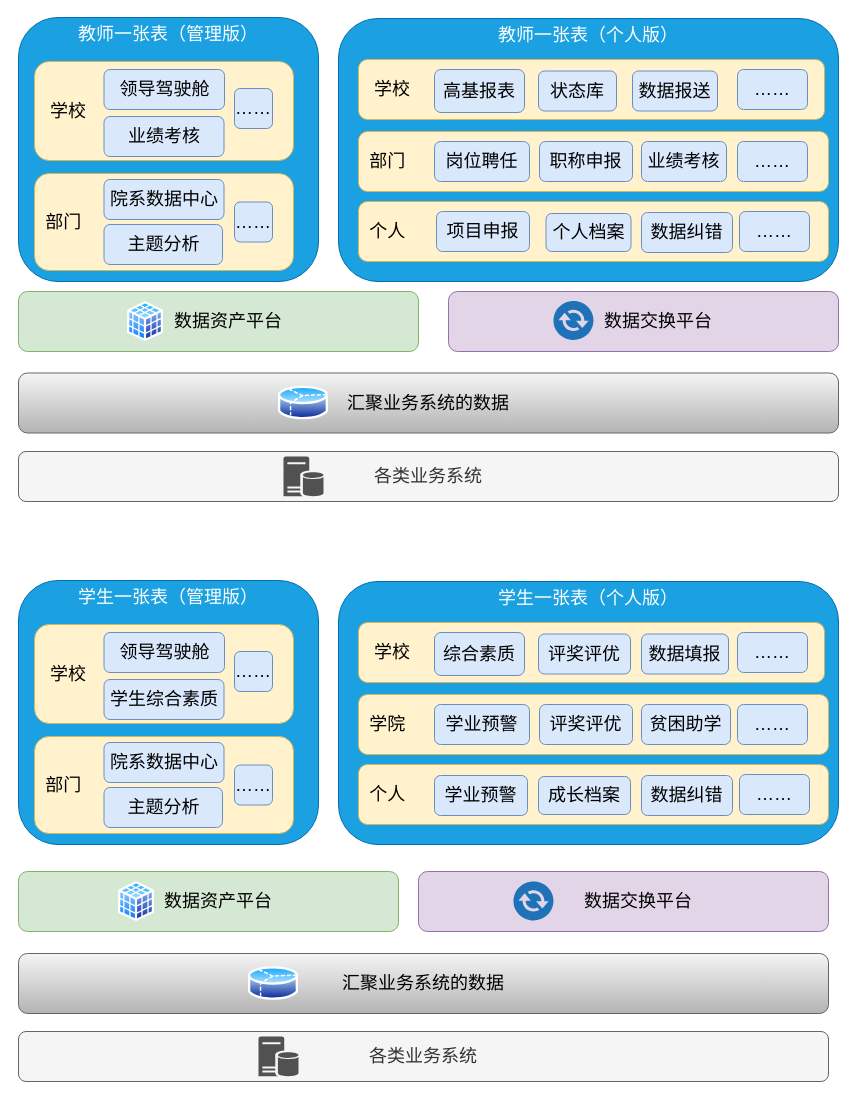
Above: 师生一张表.drawio in redcomet88/DRAW (draw.io), before the change. Source tidied: cells renumbered, new cells numbered last; positions are measured from the earlier drawing's top-left corner, leaving out a move shared by most shapes. Both pictures are drawn from the tidied source at 100%, with x=0, y=0 at pixel (18, 17).
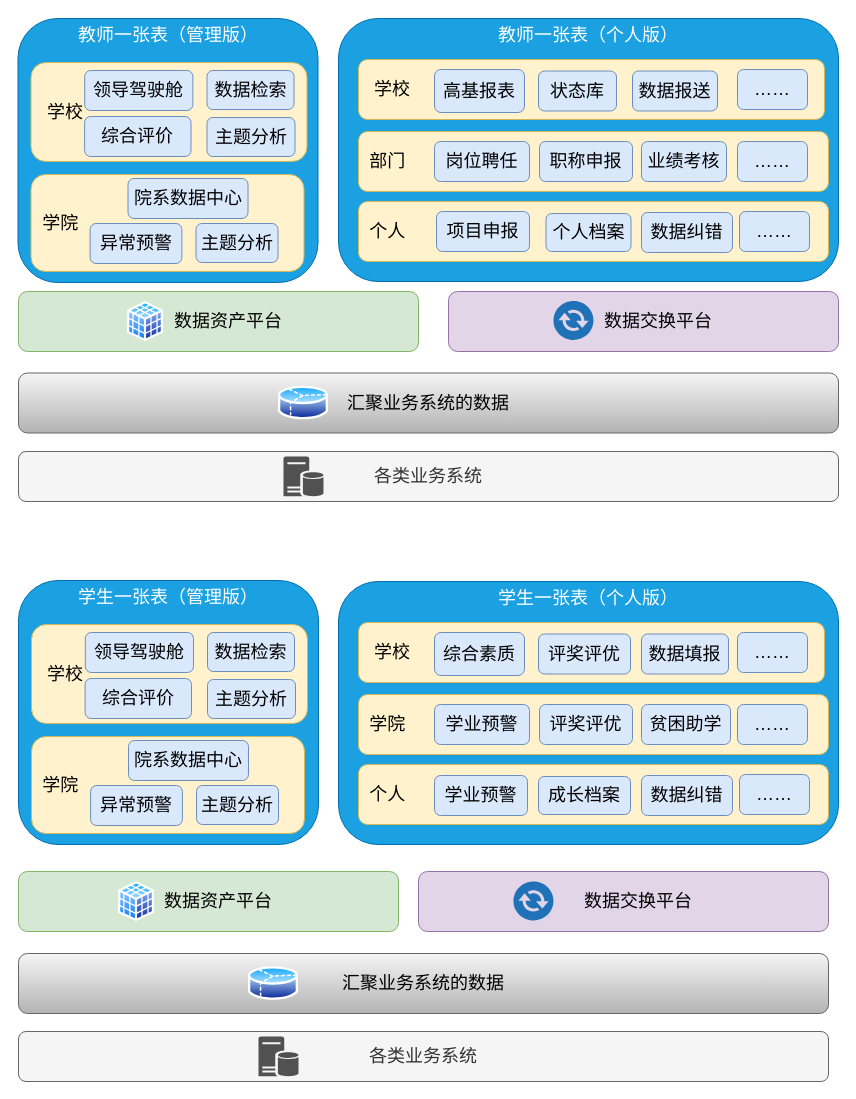
Above is the later version.

Commit message:
Update 师生一张表.drawio

Change to the diagram source:
```diff
@@
-    <mxCell id="19" value="教师一张表（管理版）" style="rounded=1;whiteSpace=wrap;html=1;fillColor=#1ba1e2;strokeColor=#006EAF;fontSize=18;verticalAlign=top;fontColor=#ffffff;" parent="1" vertex="1">
-      <mxGeometry width="300" height="264" as="geometry" />
-    </mxCell>
@@
-    <mxCell id="25" value="&lt;font face=&quot;Georgia&quot;&gt;&amp;nbsp; &amp;nbsp;学校&lt;/font&gt;" style="rounded=1;whiteSpace=wrap;html=1;fontSize=18;align=left;fillColor=#fff2cc;strokeColor=#d6b656;" parent="1" vertex="1">
-      <mxGeometry x="16" y="44" width="259" height="99" as="geometry" />
-    </mxCell>
-    <mxCell id="26" value="&lt;font face=&quot;Georgia&quot;&gt;&amp;nbsp; 部门&lt;/font&gt;" style="rounded=1;whiteSpace=wrap;html=1;fontSize=18;align=left;fillColor=#fff2cc;strokeColor=#d6b656;" parent="1" vertex="1">
-      <mxGeometry x="16" y="156" width="259" height="97" as="geometry" />
-    </mxCell>
@@
-    <mxCell id="31" value="院系数据中心" style="rounded=1;whiteSpace=wrap;html=1;fontSize=18;fillColor=#dae8fc;strokeColor=#6c8ebf;" parent="1" vertex="1">
-      <mxGeometry x="85.5" y="162" width="120" height="40" as="geometry" />
-    </mxCell>
@@
-    <mxCell id="38" value="领导驾驶舱" style="rounded=1;whiteSpace=wrap;html=1;fontSize=18;fillColor=#dae8fc;strokeColor=#6c8ebf;" parent="1" vertex="1">
-      <mxGeometry x="85.5" y="52" width="120.5" height="40" as="geometry" />
-    </mxCell>
-    <mxCell id="39" value="业绩考核" style="rounded=1;whiteSpace=wrap;html=1;fontSize=18;fillColor=#dae8fc;strokeColor=#6c8ebf;" parent="1" vertex="1">
-      <mxGeometry x="85.5" y="99" width="120" height="40" as="geometry" />
-    </mxCell>
-    <mxCell id="40" value="主题分析" style="rounded=1;whiteSpace=wrap;html=1;fontSize=18;fillColor=#dae8fc;strokeColor=#6c8ebf;" parent="1" vertex="1">
-      <mxGeometry x="85.5" y="207" width="118.5" height="40" as="geometry" />
-    </mxCell>
-    <mxCell id="41" value="……" style="rounded=1;whiteSpace=wrap;html=1;fontSize=18;fillColor=#dae8fc;strokeColor=#6c8ebf;" parent="1" vertex="1">
-      <mxGeometry x="216" y="184.5" width="38" height="40" as="geometry" />
-    </mxCell>
-    <mxCell id="42" value="……" style="rounded=1;whiteSpace=wrap;html=1;fontSize=18;fillColor=#dae8fc;strokeColor=#6c8ebf;" parent="1" vertex="1">
-      <mxGeometry x="216" y="71" width="38" height="40" as="geometry" />
-    </mxCell>
@@
     <mxCell id="50" value="&lt;font face=&quot;Georgia&quot;&gt;&amp;nbsp; &amp;nbsp;学校&lt;/font&gt;" style="rounded=1;whiteSpace=wrap;html=1;fontSize=18;align=left;fillColor=#fff2cc;strokeColor=#d6b656;" parent="1" vertex="1">
-      <mxGeometry x="16" y="607" width="259" height="99" as="geometry" />
+      <mxGeometry x="13" y="607" width="276" height="99" as="geometry" />
     </mxCell>
-    <mxCell id="51" value="&lt;font face=&quot;Georgia&quot;&gt;&amp;nbsp; 部门&lt;/font&gt;" style="rounded=1;whiteSpace=wrap;html=1;fontSize=18;align=left;fillColor=#fff2cc;strokeColor=#d6b656;" parent="1" vertex="1">
-      <mxGeometry x="16" y="719" width="259" height="97" as="geometry" />
+    <mxCell id="51" value="&lt;font face=&quot;Georgia&quot;&gt;&amp;nbsp; 学院&lt;/font&gt;" style="rounded=1;whiteSpace=wrap;html=1;fontSize=18;align=left;fillColor=#fff2cc;strokeColor=#d6b656;" parent="1" vertex="1">
+      <mxGeometry x="13" y="719" width="273" height="97" as="geometry" />
     </mxCell>
@@
     <mxCell id="56" value="院系数据中心" style="rounded=1;whiteSpace=wrap;html=1;fontSize=18;fillColor=#dae8fc;strokeColor=#6c8ebf;" parent="1" vertex="1">
-      <mxGeometry x="85.5" y="725" width="120" height="40" as="geometry" />
+      <mxGeometry x="110" y="723" width="120" height="40" as="geometry" />
     </mxCell>
@@
     <mxCell id="63" value="领导驾驶舱" style="rounded=1;whiteSpace=wrap;html=1;fontSize=18;fillColor=#dae8fc;strokeColor=#6c8ebf;" parent="1" vertex="1">
-      <mxGeometry x="85.5" y="615" width="120.5" height="40" as="geometry" />
+      <mxGeometry x="66.8" y="615" width="108.2" height="40" as="geometry" />
     </mxCell>
-    <mxCell id="64" value="学生综合素质" style="rounded=1;whiteSpace=wrap;html=1;fontSize=18;fillColor=#dae8fc;strokeColor=#6c8ebf;" parent="1" vertex="1">
-      <mxGeometry x="85.5" y="662" width="120" height="40" as="geometry" />
+    <mxCell id="64" value="综合评价" style="rounded=1;whiteSpace=wrap;html=1;fontSize=18;fillColor=#dae8fc;strokeColor=#6c8ebf;" parent="1" vertex="1">
+      <mxGeometry x="66.6" y="661" width="106.4" height="40" as="geometry" />
     </mxCell>
-    <mxCell id="65" value="主题分析" style="rounded=1;whiteSpace=wrap;html=1;fontSize=18;fillColor=#dae8fc;strokeColor=#6c8ebf;" parent="1" vertex="1">
-      <mxGeometry x="85.5" y="770" width="118.5" height="40" as="geometry" />
+    <mxCell id="65" value="异常预警" style="rounded=1;whiteSpace=wrap;html=1;fontSize=18;fillColor=#dae8fc;strokeColor=#6c8ebf;" parent="1" vertex="1">
+      <mxGeometry x="72.1" y="768" width="91.8" height="40" as="geometry" />
     </mxCell>
-    <mxCell id="66" value="……" style="rounded=1;whiteSpace=wrap;html=1;fontSize=18;fillColor=#dae8fc;strokeColor=#6c8ebf;" parent="1" vertex="1">
-      <mxGeometry x="216" y="747.5" width="38" height="40" as="geometry" />
-    </mxCell>
-    <mxCell id="67" value="……" style="rounded=1;whiteSpace=wrap;html=1;fontSize=18;fillColor=#dae8fc;strokeColor=#6c8ebf;" parent="1" vertex="1">
-      <mxGeometry x="216" y="634" width="38" height="40" as="geometry" />
+    <mxCell id="67" value="数据检索" style="rounded=1;whiteSpace=wrap;html=1;fontSize=18;fillColor=#dae8fc;strokeColor=#6c8ebf;" parent="1" vertex="1">
+      <mxGeometry x="189" y="615" width="87" height="39" as="geometry" />
     </mxCell>
+    <mxCell id="68" value="主题分析" style="rounded=1;whiteSpace=wrap;html=1;fontSize=18;fillColor=#dae8fc;strokeColor=#6c8ebf;" parent="1" vertex="1">
+      <mxGeometry x="189" y="662" width="88" height="39" as="geometry" />
+    </mxCell>
+    <mxCell id="69" value="主题分析" style="rounded=1;whiteSpace=wrap;html=1;fontSize=18;fillColor=#dae8fc;strokeColor=#6c8ebf;" parent="1" vertex="1">
+      <mxGeometry x="178" y="768" width="82" height="39" as="geometry" />
+    </mxCell>
+    <mxCell id="19" value="教师一张表（管理版）" style="rounded=1;whiteSpace=wrap;html=1;fillColor=#1ba1e2;strokeColor=#006EAF;fontSize=18;verticalAlign=top;fontColor=#ffffff;" parent="1" vertex="1">
+      <mxGeometry x="-0.5" y="1" width="300" height="264" as="geometry" />
+    </mxCell>
+    <mxCell id="25" value="&lt;font face=&quot;Georgia&quot;&gt;&amp;nbsp; &amp;nbsp;学校&lt;/font&gt;" style="rounded=1;whiteSpace=wrap;html=1;fontSize=18;align=left;fillColor=#fff2cc;strokeColor=#d6b656;" parent="1" vertex="1">
+      <mxGeometry x="12.5" y="45" width="276" height="99" as="geometry" />
+    </mxCell>
+    <mxCell id="70" value="&lt;font face=&quot;Georgia&quot;&gt;&amp;nbsp; 学院&lt;/font&gt;" style="rounded=1;whiteSpace=wrap;html=1;fontSize=18;align=left;fillColor=#fff2cc;strokeColor=#d6b656;" parent="1" vertex="1">
+      <mxGeometry x="12.5" y="157" width="273" height="97" as="geometry" />
+    </mxCell>
+    <mxCell id="31" value="院系数据中心" style="rounded=1;whiteSpace=wrap;html=1;fontSize=18;fillColor=#dae8fc;strokeColor=#6c8ebf;" parent="1" vertex="1">
+      <mxGeometry x="109.5" y="161" width="120" height="40" as="geometry" />
+    </mxCell>
+    <mxCell id="38" value="领导驾驶舱" style="rounded=1;whiteSpace=wrap;html=1;fontSize=18;fillColor=#dae8fc;strokeColor=#6c8ebf;" parent="1" vertex="1">
+      <mxGeometry x="66.2" y="53" width="108.2" height="40" as="geometry" />
+    </mxCell>
+    <mxCell id="71" value="综合评价" style="rounded=1;whiteSpace=wrap;html=1;fontSize=18;fillColor=#dae8fc;strokeColor=#6c8ebf;" parent="1" vertex="1">
+      <mxGeometry x="66.1" y="99" width="106.4" height="40" as="geometry" />
+    </mxCell>
+    <mxCell id="72" value="异常预警" style="rounded=1;whiteSpace=wrap;html=1;fontSize=18;fillColor=#dae8fc;strokeColor=#6c8ebf;" parent="1" vertex="1">
+      <mxGeometry x="71.6" y="206" width="91.8" height="40" as="geometry" />
+    </mxCell>
+    <mxCell id="73" value="数据检索" style="rounded=1;whiteSpace=wrap;html=1;fontSize=18;fillColor=#dae8fc;strokeColor=#6c8ebf;" parent="1" vertex="1">
+      <mxGeometry x="188.5" y="53" width="87" height="39" as="geometry" />
+    </mxCell>
+    <mxCell id="74" value="主题分析" style="rounded=1;whiteSpace=wrap;html=1;fontSize=18;fillColor=#dae8fc;strokeColor=#6c8ebf;" parent="1" vertex="1">
+      <mxGeometry x="188.5" y="100" width="88" height="39" as="geometry" />
+    </mxCell>
+    <mxCell id="75" value="主题分析" style="rounded=1;whiteSpace=wrap;html=1;fontSize=18;fillColor=#dae8fc;strokeColor=#6c8ebf;" parent="1" vertex="1">
+      <mxGeometry x="177.5" y="206" width="82" height="39" as="geometry" />
+    </mxCell>
```
